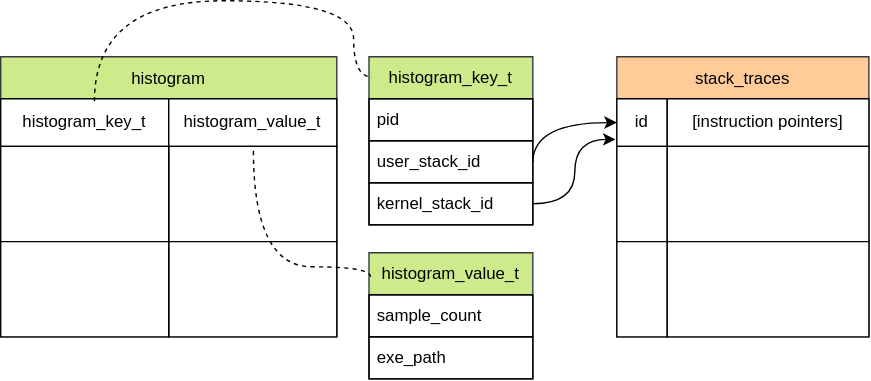
maxgio92/notes keeps this draw.io diagram as content/images/stack_traces_histogram_structs.svg. Above is the earlier version. Source tidied: cells renumbered, new cells last; positions are measured from the earlier drawing's top-left corner, leaving out a move shared by most shapes.
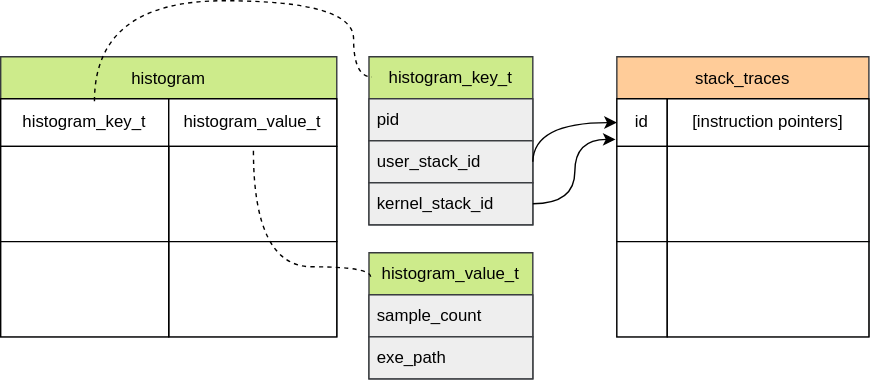
After the commit.

The edit, as a diff of the source:
```diff
@@ -65,22 +65,22 @@
     <mxCell id="22" value="histogram_key_t" style="swimlane;fontStyle=0;horizontal=1;startSize=30;whiteSpace=wrap;html=1;snapToPoint=0;fixDash=0;strokeColor=#36393d;fillColor=#cdeb8b;" parent="1" vertex="1">
       <mxGeometry x="263" y="40" width="117" height="120" as="geometry" />
     </mxCell>
-    <mxCell id="23" value="pid&lt;span style=&quot;white-space: pre;&quot;&gt;&#9;&lt;/span&gt;" style="text;align=left;verticalAlign=middle;spacingLeft=4;spacingRight=4;overflow=hidden;whiteSpace=wrap;html=1;fixDash=0;strokeColor=default;" parent="22" vertex="1">
+    <mxCell id="23" value="pid&lt;span style=&quot;white-space: pre;&quot;&gt;&#9;&lt;/span&gt;" style="text;align=left;verticalAlign=middle;spacingLeft=4;spacingRight=4;overflow=hidden;whiteSpace=wrap;html=1;fixDash=0;fillColor=#eeeeee;strokeColor=#36393d;" parent="22" vertex="1">
       <mxGeometry y="30" width="117" height="30" as="geometry" />
     </mxCell>
-    <mxCell id="24" value="user_stack_id" style="text;align=left;verticalAlign=middle;spacingLeft=4;spacingRight=4;overflow=hidden;whiteSpace=wrap;html=1;fixDash=0;strokeColor=default;" parent="22" vertex="1">
+    <mxCell id="24" value="user_stack_id" style="text;align=left;verticalAlign=middle;spacingLeft=4;spacingRight=4;overflow=hidden;whiteSpace=wrap;html=1;fixDash=0;fillColor=#eeeeee;strokeColor=#36393d;" parent="22" vertex="1">
       <mxGeometry y="60" width="117" height="30" as="geometry" />
     </mxCell>
-    <mxCell id="25" value="kernel_stack_id" style="text;align=left;verticalAlign=middle;spacingLeft=4;spacingRight=4;overflow=hidden;points=[[0,0.5],[1,0.5]];portConstraint=eastwest;whiteSpace=wrap;html=1;snapToPoint=0;fixDash=0;strokeColor=default;" parent="22" vertex="1">
+    <mxCell id="25" value="kernel_stack_id" style="text;align=left;verticalAlign=middle;spacingLeft=4;spacingRight=4;overflow=hidden;points=[[0,0.5],[1,0.5]];portConstraint=eastwest;whiteSpace=wrap;html=1;snapToPoint=0;fixDash=0;fillColor=#eeeeee;strokeColor=#36393d;" parent="22" vertex="1">
       <mxGeometry y="90" width="117" height="30" as="geometry" />
     </mxCell>
     <mxCell id="26" value="histogram_value_t" style="swimlane;fontStyle=0;horizontal=1;startSize=30;whiteSpace=wrap;html=1;snapToPoint=0;fixDash=0;strokeColor=#36393d;fillColor=#cdeb8b;" parent="1" vertex="1">
       <mxGeometry x="263" y="180" width="117" height="90" as="geometry" />
     </mxCell>
-    <mxCell id="27" value="sample_count" style="text;align=left;verticalAlign=middle;spacingLeft=4;spacingRight=4;overflow=hidden;whiteSpace=wrap;html=1;fixDash=0;strokeColor=default;" parent="26" vertex="1">
+    <mxCell id="27" value="sample_count" style="text;align=left;verticalAlign=middle;spacingLeft=4;spacingRight=4;overflow=hidden;whiteSpace=wrap;html=1;fixDash=0;strokeColor=#36393d;fillColor=#eeeeee;" parent="26" vertex="1">
       <mxGeometry y="30" width="117" height="30" as="geometry" />
     </mxCell>
-    <mxCell id="28" value="exe_path" style="text;align=left;verticalAlign=middle;spacingLeft=4;spacingRight=4;overflow=hidden;whiteSpace=wrap;html=1;fixDash=0;strokeColor=default;" parent="26" vertex="1">
+    <mxCell id="28" value="exe_path" style="text;align=left;verticalAlign=middle;spacingLeft=4;spacingRight=4;overflow=hidden;whiteSpace=wrap;html=1;fixDash=0;strokeColor=#36393d;fillColor=#eeeeee;" parent="26" vertex="1">
       <mxGeometry y="60" width="117" height="30" as="geometry" />
     </mxCell>
     <mxCell id="29" style="endArrow=classic;html=1;rounded=0;curved=1;entryX=0;entryY=0.5;entryDx=0;entryDy=0;edgeStyle=orthogonalEdgeStyle;snapToPoint=0;fixDash=0;strokeColor=default;" parent="1" edge="1" target="3">
```
